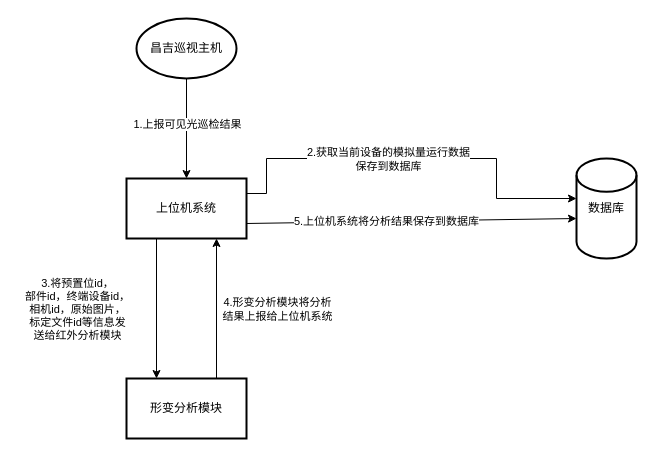
wangyufei0807/draw keeps this draw.io diagram as 昌吉形变分析流程.drawio. Above is the earlier version. Source tidied: cells renumbered, new cells numbered last; positions are measured from the earlier drawing's top-left corner, leaving out a move shared by most shapes. Both pictures are drawn from the tidied source at 100%, with x=0, y=0 at pixel (126, 18).
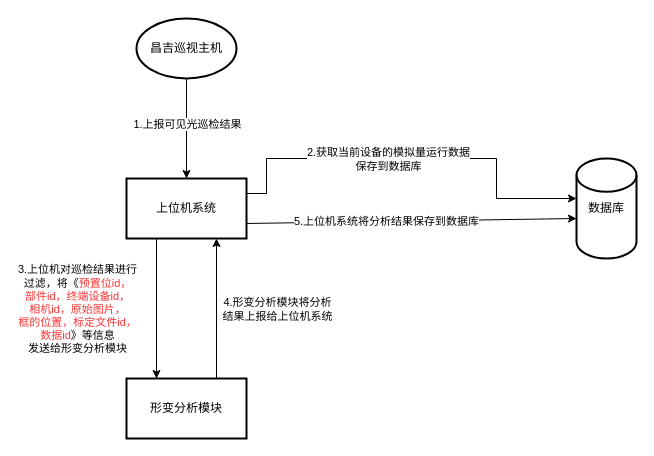
After the change.

Commit message (it also covers changes not shown here):
Update 昌吉形变分析流程.drawio

The change refers to these unchanged cells:
```xml
<mxCell id="5" style="edgeStyle=orthogonalEdgeStyle;rounded=0;jettySize=auto;html=1;exitX=0.25;exitY=1;exitDx=0;exitDy=0;entryX=0.25;entryY=0;entryDx=0;entryDy=0;" parent="1" edge="1" source="11" target="14">
  <mxGeometry relative="1" as="geometry" />
</mxCell>
```

Change to the diagram source:
```diff
@@
-    <mxCell id="6" value="3.将预置位id，&lt;br&gt;部件id，终端设备id，&lt;br&gt;相机id，原始图片，&lt;br&gt;标定文件id等信息发&lt;br&gt;送给红外分析模块" style="edgeLabel;html=1;align=center;verticalAlign=middle;" parent="5" vertex="1">
+    <mxCell id="6" value="3.上位机对巡检结果进行&lt;br&gt;过滤，将《&lt;font color=&quot;#ff3333&quot;&gt;预置位id，&lt;br&gt;部件id，终端设备id，&lt;br&gt;相机id，原始图片，&lt;br&gt;框的位置，标定文件id，&lt;br&gt;数据id&lt;/font&gt;》等信息&lt;br&gt;发送给形变分析模块" style="edgeLabel;html=1;align=center;verticalAlign=middle;" parent="5" vertex="1">
       <mxGeometry x="-0.07" relative="1" as="geometry">
         <mxPoint x="-80" y="5" as="offset" />
       </mxGeometry>
     </mxCell>
```
